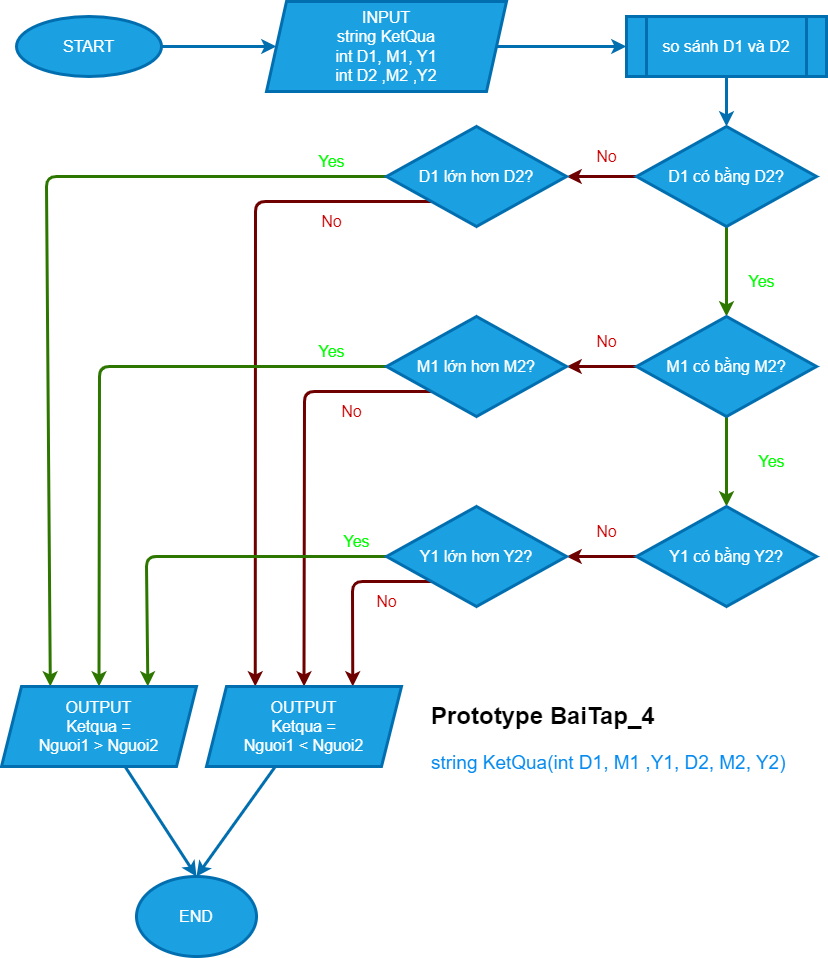
The draw.io diagram Lab_1/Bai_4/FlowBai_4_1.drawio.png in MinkWungNe/NLNNLT, before a commit. Source tidied: cells renumbered, new cells last; positions are measured from the earlier drawing's top-left corner, leaving out a move shared by most shapes.
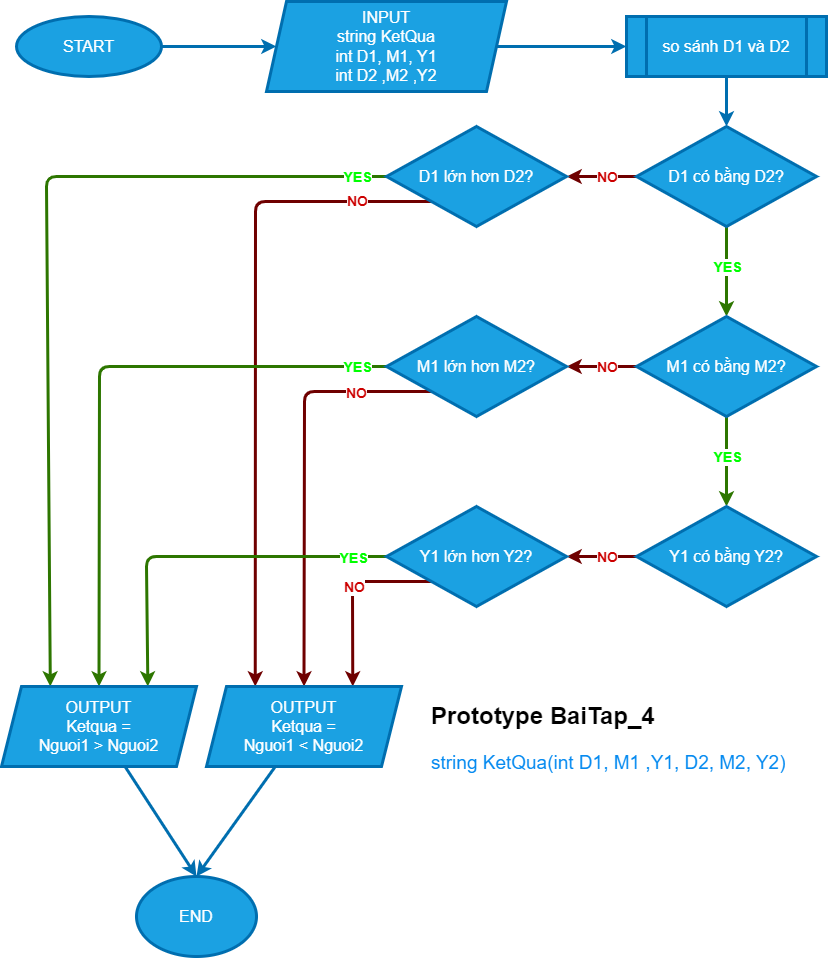
Later version of the same file.

Commit message:
Enhance flowchart readability with color highlights

Change to the diagram source:
```diff
@@ -17,9 +17,19 @@
     <mxCell id="6" style="edgeStyle=none;html=1;fontSize=16;fillColor=#a20025;strokeColor=#6F0000;strokeWidth=3;" parent="1" edge="1" source="8" target="13">
       <mxGeometry relative="1" as="geometry" />
     </mxCell>
+    <mxCell id="42" value="NO" style="edgeLabel;html=1;align=center;verticalAlign=middle;fontSize=14;fontColor=#CC0000;fontStyle=1;" parent="6" vertex="1">
+      <mxGeometry x="-0.43" y="1" relative="1" as="geometry">
+        <mxPoint x="-10" y="-1" as="offset" />
+      </mxGeometry>
+    </mxCell>
     <mxCell id="7" style="edgeStyle=none;html=1;fontSize=16;fillColor=#60a917;strokeColor=#2D7600;strokeWidth=3;" parent="1" edge="1" source="8" target="16">
       <mxGeometry relative="1" as="geometry" />
     </mxCell>
+    <mxCell id="43" value="&lt;b&gt;YES&lt;/b&gt;" style="edgeLabel;html=1;align=center;verticalAlign=middle;fontSize=14;fontColor=#00FF00;" parent="7" vertex="1">
+      <mxGeometry x="-0.31" y="2" relative="1" as="geometry">
+        <mxPoint x="-2" y="9" as="offset" />
+      </mxGeometry>
+    </mxCell>
     <mxCell id="8" value="D1 có bằng D2?" style="rhombus;whiteSpace=wrap;html=1;fontSize=16;fillColor=#1ba1e2;fontColor=#ffffff;strokeColor=#006EAF;strokeWidth=3;" parent="1" vertex="1">
       <mxGeometry x="635" y="125" width="180" height="100" as="geometry" />
     </mxCell>
@@ -36,6 +46,11 @@
         </Array>
       </mxGeometry>
     </mxCell>
+    <mxCell id="44" value="YES" style="edgeLabel;html=1;align=center;verticalAlign=middle;fontSize=14;fontColor=#00FF00;fontStyle=1;" parent="11" vertex="1">
+      <mxGeometry x="-0.88" y="-2" relative="1" as="geometry">
+        <mxPoint x="20" y="2" as="offset" />
+      </mxGeometry>
+    </mxCell>
     <mxCell id="12" style="edgeStyle=none;html=1;entryX=0.25;entryY=0;entryDx=0;entryDy=0;fontSize=16;exitX=0;exitY=1;exitDx=0;exitDy=0;fillColor=#a20025;strokeColor=#6F0000;strokeWidth=3;" parent="1" edge="1" source="13" target="28">
       <mxGeometry relative="1" as="geometry">
         <Array as="points">
@@ -43,21 +58,41 @@
         </Array>
       </mxGeometry>
     </mxCell>
+    <mxCell id="45" value="NO" style="edgeLabel;html=1;align=center;verticalAlign=middle;fontSize=14;fontColor=#CC0000;fontStyle=1;" parent="12" vertex="1">
+      <mxGeometry x="-0.7" y="-1" relative="1" as="geometry">
+        <mxPoint x="25" as="offset" />
+      </mxGeometry>
+    </mxCell>
     <mxCell id="13" value="D1 lớn hơn D2?" style="rhombus;whiteSpace=wrap;html=1;fontSize=16;fillColor=#1ba1e2;fontColor=#ffffff;strokeColor=#006EAF;strokeWidth=3;" parent="1" vertex="1">
       <mxGeometry x="385" y="125" width="180" height="100" as="geometry" />
     </mxCell>
     <mxCell id="14" style="edgeStyle=none;html=1;fontSize=16;fillColor=#60a917;strokeColor=#2D7600;strokeWidth=3;" parent="1" edge="1" source="16" target="18">
       <mxGeometry relative="1" as="geometry" />
     </mxCell>
+    <mxCell id="46" value="&lt;font color=&quot;#00ff00&quot;&gt;YES&lt;/font&gt;" style="edgeLabel;html=1;align=center;verticalAlign=middle;fontSize=14;fontColor=#CC0000;fontStyle=1;" parent="14" vertex="1">
+      <mxGeometry x="-0.33" y="2" relative="1" as="geometry">
+        <mxPoint x="-2" y="10" as="offset" />
+      </mxGeometry>
+    </mxCell>
     <mxCell id="15" style="edgeStyle=none;html=1;fontSize=16;fillColor=#a20025;strokeColor=#6F0000;strokeWidth=3;" parent="1" edge="1" source="16" target="21">
       <mxGeometry relative="1" as="geometry" />
     </mxCell>
+    <mxCell id="47" value="&lt;b&gt;NO&lt;/b&gt;" style="edgeLabel;html=1;align=center;verticalAlign=middle;fontSize=14;fontColor=#CC0000;" parent="15" vertex="1">
+      <mxGeometry x="-0.29" y="1" relative="1" as="geometry">
+        <mxPoint x="-5" y="-1" as="offset" />
+      </mxGeometry>
+    </mxCell>
     <mxCell id="16" value="M1 có bằng M2?" style="rhombus;whiteSpace=wrap;html=1;fontSize=16;fillColor=#1ba1e2;fontColor=#ffffff;strokeColor=#006EAF;strokeWidth=3;" parent="1" vertex="1">
       <mxGeometry x="635" y="315" width="180" height="100" as="geometry" />
     </mxCell>
     <mxCell id="17" style="edgeStyle=none;html=1;fontSize=16;fillColor=#a20025;strokeColor=#6F0000;strokeWidth=3;" parent="1" edge="1" source="18" target="24">
       <mxGeometry relative="1" as="geometry" />
     </mxCell>
+    <mxCell id="48" value="&lt;b&gt;NO&lt;/b&gt;" style="edgeLabel;html=1;align=center;verticalAlign=middle;fontSize=14;fontColor=#CC0000;" parent="17" vertex="1">
+      <mxGeometry x="-0.34" y="2" relative="1" as="geometry">
+        <mxPoint x="-7" y="-2" as="offset" />
+      </mxGeometry>
+    </mxCell>
     <mxCell id="18" value="Y1 có bằng Y2?" style="rhombus;whiteSpace=wrap;html=1;fontSize=16;fillColor=#1ba1e2;fontColor=#ffffff;strokeColor=#006EAF;strokeWidth=3;" parent="1" vertex="1">
       <mxGeometry x="635" y="505" width="180" height="100" as="geometry" />
     </mxCell>
@@ -68,6 +103,11 @@
         </Array>
       </mxGeometry>
     </mxCell>
+    <mxCell id="49" value="YES" style="edgeLabel;html=1;align=center;verticalAlign=middle;fontSize=14;fontColor=#00FF00;fontStyle=1;" parent="19" vertex="1">
+      <mxGeometry x="-0.91" y="4" relative="1" as="geometry">
+        <mxPoint x="-2" y="-4" as="offset" />
+      </mxGeometry>
+    </mxCell>
     <mxCell id="20" style="edgeStyle=none;html=1;entryX=0.5;entryY=0;entryDx=0;entryDy=0;fontSize=16;exitX=0;exitY=1;exitDx=0;exitDy=0;fillColor=#a20025;strokeColor=#6F0000;strokeWidth=3;" parent="1" edge="1" source="21" target="28">
       <mxGeometry relative="1" as="geometry">
         <Array as="points">
@@ -75,6 +115,9 @@
         </Array>
       </mxGeometry>
     </mxCell>
+    <mxCell id="50" value="NO" style="edgeLabel;html=1;align=center;verticalAlign=middle;fontSize=14;fontColor=#CC0000;fontStyle=1;" parent="20" vertex="1">
+      <mxGeometry x="-0.64" y="1" relative="1" as="geometry" />
+    </mxCell>
     <mxCell id="21" value="M1 lớn hơn M2?" style="rhombus;whiteSpace=wrap;html=1;fontSize=16;fillColor=#1ba1e2;fontColor=#ffffff;strokeColor=#006EAF;strokeWidth=3;" parent="1" vertex="1">
       <mxGeometry x="385" y="315" width="180" height="100" as="geometry" />
     </mxCell>
@@ -85,6 +128,9 @@
         </Array>
       </mxGeometry>
     </mxCell>
+    <mxCell id="51" value="YES" style="edgeLabel;html=1;align=center;verticalAlign=middle;fontSize=14;fontColor=#00FF00;fontStyle=1;" parent="22" vertex="1">
+      <mxGeometry x="-0.82" y="1" relative="1" as="geometry" />
+    </mxCell>
     <mxCell id="23" style="edgeStyle=none;html=1;entryX=0.75;entryY=0;entryDx=0;entryDy=0;fontSize=16;exitX=0;exitY=1;exitDx=0;exitDy=0;fillColor=#a20025;strokeColor=#6F0000;strokeWidth=3;" parent="1" edge="1" source="24" target="28">
       <mxGeometry relative="1" as="geometry">
         <Array as="points">
@@ -92,6 +138,11 @@
         </Array>
       </mxGeometry>
     </mxCell>
+    <mxCell id="52" value="NO" style="edgeLabel;html=1;align=center;verticalAlign=middle;fontSize=14;fontColor=#CC0000;fontStyle=1;" parent="23" vertex="1">
+      <mxGeometry x="-0.3" y="-1" relative="1" as="geometry">
+        <mxPoint x="-14" y="6" as="offset" />
+      </mxGeometry>
+    </mxCell>
     <mxCell id="24" value="Y1 lớn hơn Y2?" style="rhombus;whiteSpace=wrap;html=1;fontSize=16;fillColor=#1ba1e2;fontColor=#ffffff;strokeColor=#006EAF;strokeWidth=3;" parent="1" vertex="1">
       <mxGeometry x="385" y="505" width="180" height="100" as="geometry" />
     </mxCell>
@@ -110,39 +161,6 @@
     <mxCell id="29" value="END" style="ellipse;whiteSpace=wrap;html=1;fontSize=16;fillColor=#1ba1e2;fontColor=#ffffff;strokeColor=#006EAF;strokeWidth=3;" parent="1" vertex="1">
       <mxGeometry x="135" y="875" width="120" height="80" as="geometry" />
     </mxCell>
-    <mxCell id="30" value="No" style="text;html=1;align=center;verticalAlign=middle;strokeColor=none;fillColor=none;fontSize=16;fontColor=#CC0000;" parent="1" vertex="1">
-      <mxGeometry x="585" y="140" width="40" height="30" as="geometry" />
-    </mxCell>
-    <mxCell id="31" value="Yes" style="text;html=1;align=center;verticalAlign=middle;strokeColor=none;fillColor=none;fontSize=16;fontColor=#00FF00;" parent="1" vertex="1">
-      <mxGeometry x="735" y="265" width="50" height="30" as="geometry" />
-    </mxCell>
-    <mxCell id="32" value="Yes" style="text;html=1;align=center;verticalAlign=middle;strokeColor=none;fillColor=none;fontSize=16;fontColor=#00FF00;" parent="1" vertex="1">
-      <mxGeometry x="745" y="445" width="50" height="30" as="geometry" />
-    </mxCell>
-    <mxCell id="33" value="No" style="text;html=1;align=center;verticalAlign=middle;strokeColor=none;fillColor=none;fontSize=16;fontColor=#CC0000;" parent="1" vertex="1">
-      <mxGeometry x="585" y="325" width="40" height="30" as="geometry" />
-    </mxCell>
-    <mxCell id="34" value="No" style="text;html=1;align=center;verticalAlign=middle;strokeColor=none;fillColor=none;fontSize=16;fontColor=#CC0000;" parent="1" vertex="1">
-      <mxGeometry x="585" y="515" width="40" height="30" as="geometry" />
-    </mxCell>
-    <mxCell id="35" value="No" style="text;html=1;align=center;verticalAlign=middle;strokeColor=none;fillColor=none;fontSize=16;fontColor=#CC0000;" parent="1" vertex="1">
-      <mxGeometry x="310" y="205" width="40" height="30" as="geometry" />
-    </mxCell>
-    <mxCell id="36" value="No" style="text;html=1;align=center;verticalAlign=middle;strokeColor=none;fillColor=none;fontSize=16;fontColor=#CC0000;" parent="1" vertex="1">
-      <mxGeometry x="330" y="395" width="40" height="30" as="geometry" />
-    </mxCell>
-    <mxCell id="37" value="No" style="text;html=1;align=center;verticalAlign=middle;strokeColor=none;fillColor=none;fontSize=16;fontColor=#CC0000;" parent="1" vertex="1">
-      <mxGeometry x="365" y="585" width="40" height="30" as="geometry" />
-    </mxCell>
-    <mxCell id="38" value="Yes" style="text;html=1;align=center;verticalAlign=middle;strokeColor=none;fillColor=none;fontSize=16;fontColor=#00FF00;" parent="1" vertex="1">
-      <mxGeometry x="305" y="145" width="50" height="30" as="geometry" />
-    </mxCell>
-    <mxCell id="39" value="Yes" style="text;html=1;align=center;verticalAlign=middle;strokeColor=none;fillColor=none;fontSize=16;fontColor=#00FF00;" parent="1" vertex="1">
-      <mxGeometry x="305" y="335" width="50" height="30" as="geometry" />
-    </mxCell>
-    <mxCell id="40" value="Yes" style="text;html=1;align=center;verticalAlign=middle;strokeColor=none;fillColor=none;fontSize=16;fontColor=#00FF00;" parent="1" vertex="1">
-      <mxGeometry x="330" y="525" width="50" height="30" as="geometry" />
-    </mxCell>
     <mxCell id="41" value="&lt;h1&gt;&lt;span style=&quot;background-color: initial;&quot;&gt;Prototype BaiTap_4&lt;/span&gt;&lt;/h1&gt;&lt;h1&gt;&lt;span style=&quot;font-weight: 400;&quot;&gt;&lt;font color=&quot;#058af0&quot; style=&quot;font-size: 19px;&quot;&gt;string KetQua(int D1, M1 ,Y1, D2, M2, Y2)&lt;/font&gt;&lt;/span&gt;&lt;/h1&gt;" style="text;html=1;strokeColor=none;fillColor=none;spacing=5;spacingTop=-20;whiteSpace=wrap;overflow=hidden;rounded=0;" parent="1" vertex="1">
       <mxGeometry x="425" y="695" width="370" height="90" as="geometry" />
     </mxCell>
```
